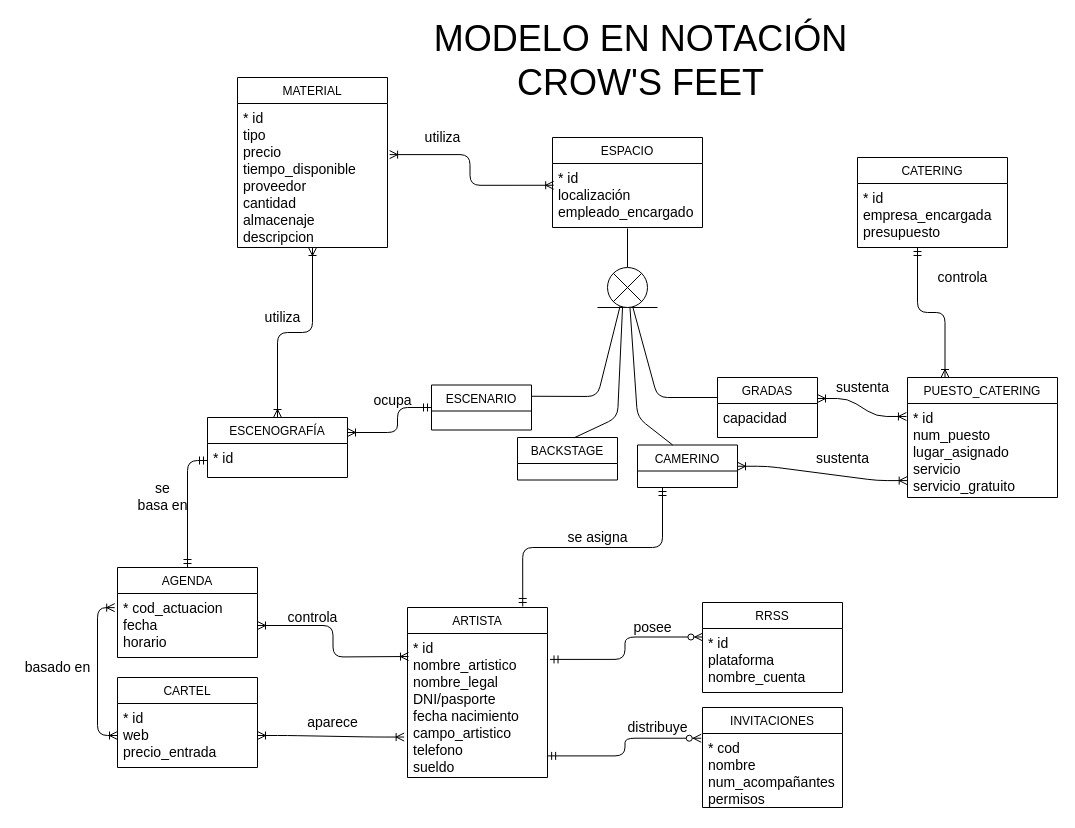
Before: Modelo físico/Crows_feet.drawio in mariaalamocedillo/Quevedofest, a draw.io diagram. Source tidied: cells renumbered, new cells numbered last; positions are measured from the earlier drawing's top-left corner, leaving out a move shared by most shapes. Both pictures are drawn from the tidied source at 100%, with x=0, y=0 at pixel (17, 17).
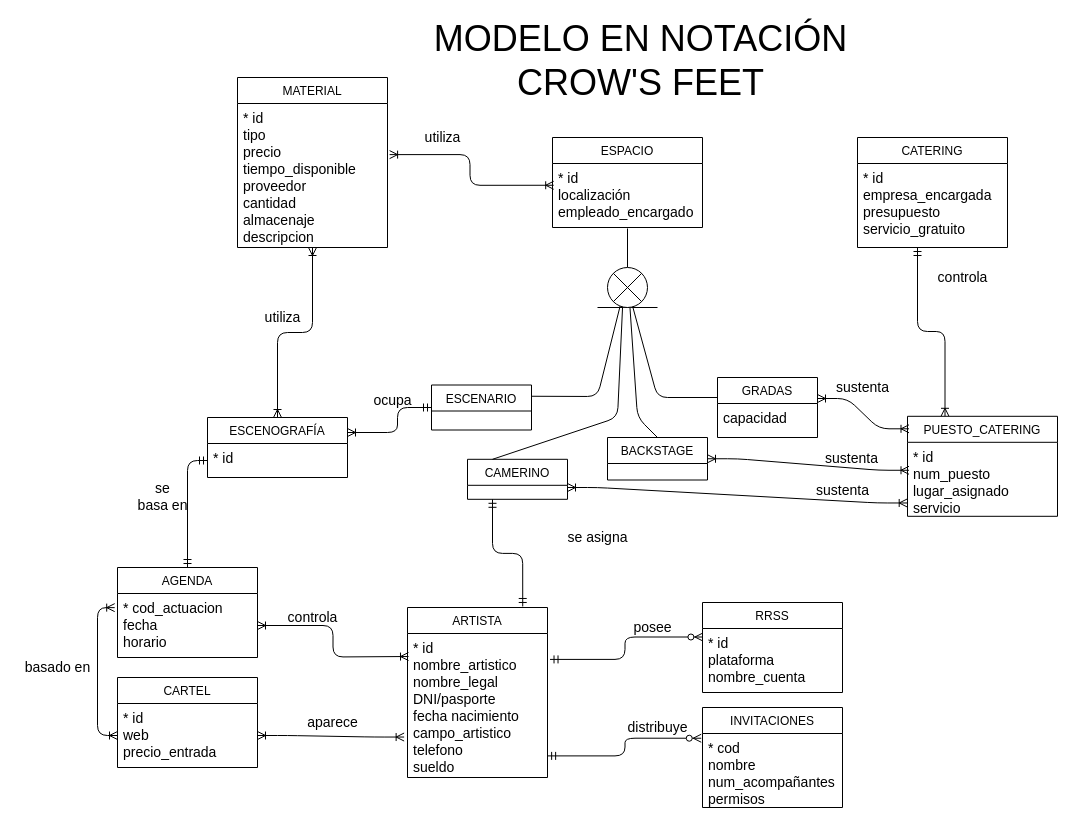
The same diagram, later.

Commit message (it also covers changes not shown here):
Modificado crows feet y separadas tablas y datos

Unchanged cells that the change refers to:
```xml
<mxCell id="43" value="capacidad" style="text;strokeColor=none;fillColor=none;align=left;verticalAlign=top;spacingLeft=4;spacingRight=4;overflow=hidden;points=[[0,0.5],[1,0.5]];portConstraint=eastwest;fontSize=14;" parent="42" vertex="1">
  <mxGeometry y="26" width="100" height="34" as="geometry" />
</mxCell>
<mxCell id="52" style="shape=sumEllipse;perimeter=ellipsePerimeter;whiteSpace=wrap;html=1;backgroundOutline=1;fontSize=14;" parent="1" vertex="1">
  <mxGeometry x="590" y="250" width="40" height="40" as="geometry" />
</mxCell>
```

Change to the diagram source:
```diff
@@
-    <mxCell id="31" style="edgeStyle=entityRelationEdgeStyle;fontSize=12;html=1;endArrow=ERoneToMany;startArrow=ERoneToMany;entryX=-0.007;entryY=0.138;entryDx=0;entryDy=0;exitX=1;exitY=-0.147;exitDx=0;exitDy=0;entryPerimeter=0;exitPerimeter=0;" parent="1" edge="1" source="43" target="35">
+    <mxCell id="31" style="edgeStyle=entityRelationEdgeStyle;fontSize=12;html=1;endArrow=ERoneToMany;startArrow=ERoneToMany;entryX=0.01;entryY=0.125;entryDx=0;entryDy=0;exitX=1;exitY=-0.147;exitDx=0;exitDy=0;entryPerimeter=0;exitPerimeter=0;" parent="1" edge="1" source="43" target="34">
       <mxGeometry relative="1" as="geometry" />
     </mxCell>
     <mxCell id="32" value="CATERING" style="swimlane;fontStyle=0;horizontal=1;startSize=26;fillColor=none;" parent="1" vertex="1">
-      <mxGeometry x="840" y="140" width="150" height="90" as="geometry" />
+      <mxGeometry x="840" y="120" width="150" height="110" as="geometry" />
     </mxCell>
-    <mxCell id="33" value="* id&#10;empresa_encargada&#10;presupuesto" style="text;strokeColor=none;fillColor=none;align=left;verticalAlign=top;spacingLeft=4;spacingRight=4;overflow=hidden;fontSize=14;" parent="32" vertex="1">
-      <mxGeometry y="26" width="150" height="64" as="geometry" />
+    <mxCell id="33" value="* id&#10;empresa_encargada&#10;presupuesto&#10;servicio_gratuito&#10;" style="text;strokeColor=none;fillColor=none;align=left;verticalAlign=top;spacingLeft=4;spacingRight=4;overflow=hidden;fontSize=14;" parent="32" vertex="1">
+      <mxGeometry y="26" width="150" height="84" as="geometry" />
     </mxCell>
     <mxCell id="34" value="PUESTO_CATERING" style="swimlane;fontStyle=0;horizontal=1;startSize=26;fillColor=none;" parent="1" vertex="1">
-      <mxGeometry x="890" y="360" width="150" height="120" as="geometry" />
+      <mxGeometry x="890" y="398.8" width="150" height="100" as="geometry" />
     </mxCell>
-    <mxCell id="35" value="* id&#10;num_puesto&#10;lugar_asignado&#10;servicio&#10;servicio_gratuito&#10;" style="text;strokeColor=none;fillColor=none;align=left;verticalAlign=top;spacingLeft=4;spacingRight=4;overflow=hidden;points=[[0,0.5],[1,0.5]];portConstraint=eastwest;fontSize=14;" parent="34" vertex="1">
-      <mxGeometry y="26" width="150" height="94" as="geometry" />
+    <mxCell id="35" value="* id&#10;num_puesto&#10;lugar_asignado&#10;servicio" style="text;strokeColor=none;fillColor=none;align=left;verticalAlign=top;spacingLeft=4;spacingRight=4;overflow=hidden;points=[[0,0.5],[1,0.5]];portConstraint=eastwest;fontSize=14;" parent="34" vertex="1">
+      <mxGeometry y="26" width="150" height="74" as="geometry" />
     </mxCell>
@@
     <mxCell id="39" value="BACKSTAGE" style="swimlane;fontStyle=0;horizontal=1;startSize=26;fillColor=none;" parent="1" vertex="1">
-      <mxGeometry x="500" y="420" width="100" height="42.5" as="geometry" />
+      <mxGeometry x="590" y="420" width="100" height="42.5" as="geometry" />
     </mxCell>
     <mxCell id="40" value="CAMERINO" style="swimlane;fontStyle=0;horizontal=1;startSize=26;fillColor=none;" parent="1" vertex="1">
-      <mxGeometry x="620" y="427.5" width="100" height="42.5" as="geometry" />
+      <mxGeometry x="450" y="441.8" width="100" height="40" as="geometry" />
     </mxCell>
@@
-    <mxCell id="44" style="edgeStyle=entityRelationEdgeStyle;fontSize=12;html=1;endArrow=ERoneToMany;startArrow=ERoneToMany;entryX=-0.002;entryY=0.82;entryDx=0;entryDy=0;exitX=1;exitY=0.5;exitDx=0;exitDy=0;entryPerimeter=0;" parent="1" edge="1" source="40" target="35">
-      <mxGeometry relative="1" as="geometry" />
+    <mxCell id="44" style="edgeStyle=entityRelationEdgeStyle;fontSize=12;html=1;endArrow=ERoneToMany;startArrow=ERoneToMany;entryX=-0.002;entryY=0.82;entryDx=0;entryDy=0;entryPerimeter=0;" parent="1" edge="1" target="35">
+      <mxGeometry relative="1" as="geometry">
+        <mxPoint x="550" y="470" as="sourcePoint" />
+      </mxGeometry>
     </mxCell>
     <mxCell id="45" value="sustenta" style="text;html=1;align=center;verticalAlign=middle;strokeColor=none;fontSize=14;" parent="1" vertex="1">
-      <mxGeometry x="790" y="431.2" width="70" height="20" as="geometry" />
+      <mxGeometry x="790" y="462.5" width="70" height="20" as="geometry" />
     </mxCell>
@@
-    <mxCell id="50" style="endArrow=none;html=1;fontSize=14;exitX=0.566;exitY=0.008;exitDx=0;exitDy=0;exitPerimeter=0;entryX=0.395;entryY=0.585;entryDx=0;entryDy=0;entryPerimeter=0;" parent="1" edge="1" source="39" target="52">
+    <mxCell id="50" style="endArrow=none;html=1;fontSize=14;exitX=0.25;exitY=0;exitDx=0;exitDy=0;entryX=0.395;entryY=0.585;entryDx=0;entryDy=0;entryPerimeter=0;" parent="1" edge="1" source="40" target="52">
       <mxGeometry relative="1" as="geometry">
         <Array as="points">
           <mxPoint x="600" y="400" />
         </Array>
       </mxGeometry>
     </mxCell>
-    <mxCell id="51" style="endArrow=none;html=1;fontSize=14;exitX=0.352;exitY=0.001;exitDx=0;exitDy=0;exitPerimeter=0;entryX=0.528;entryY=0.508;entryDx=0;entryDy=0;entryPerimeter=0;" parent="1" edge="1" source="40" target="52">
+    <mxCell id="51" style="endArrow=none;html=1;fontSize=14;exitX=0.5;exitY=0;exitDx=0;exitDy=0;entryX=0.528;entryY=0.508;entryDx=0;entryDy=0;entryPerimeter=0;" parent="1" edge="1" source="39" target="52">
       <mxGeometry relative="1" as="geometry">
         <Array as="points">
           <mxPoint x="620" y="400" />
         </Array>
       </mxGeometry>
     </mxCell>
@@
+    <mxCell id="61" style="edgeStyle=entityRelationEdgeStyle;fontSize=12;html=1;endArrow=ERoneToMany;startArrow=ERoneToMany;entryX=0.01;entryY=0.378;entryDx=0;entryDy=0;exitX=1;exitY=0.5;exitDx=0;exitDy=0;entryPerimeter=0;" parent="1" edge="1" source="39" target="35">
+      <mxGeometry relative="1" as="geometry" />
+    </mxCell>
+    <mxCell id="62" value="sustenta" style="text;html=1;align=center;verticalAlign=middle;strokeColor=none;fontSize=14;" parent="1" vertex="1">
+      <mxGeometry x="798.5" y="430.5" width="70" height="20" as="geometry" />
+    </mxCell>
```
